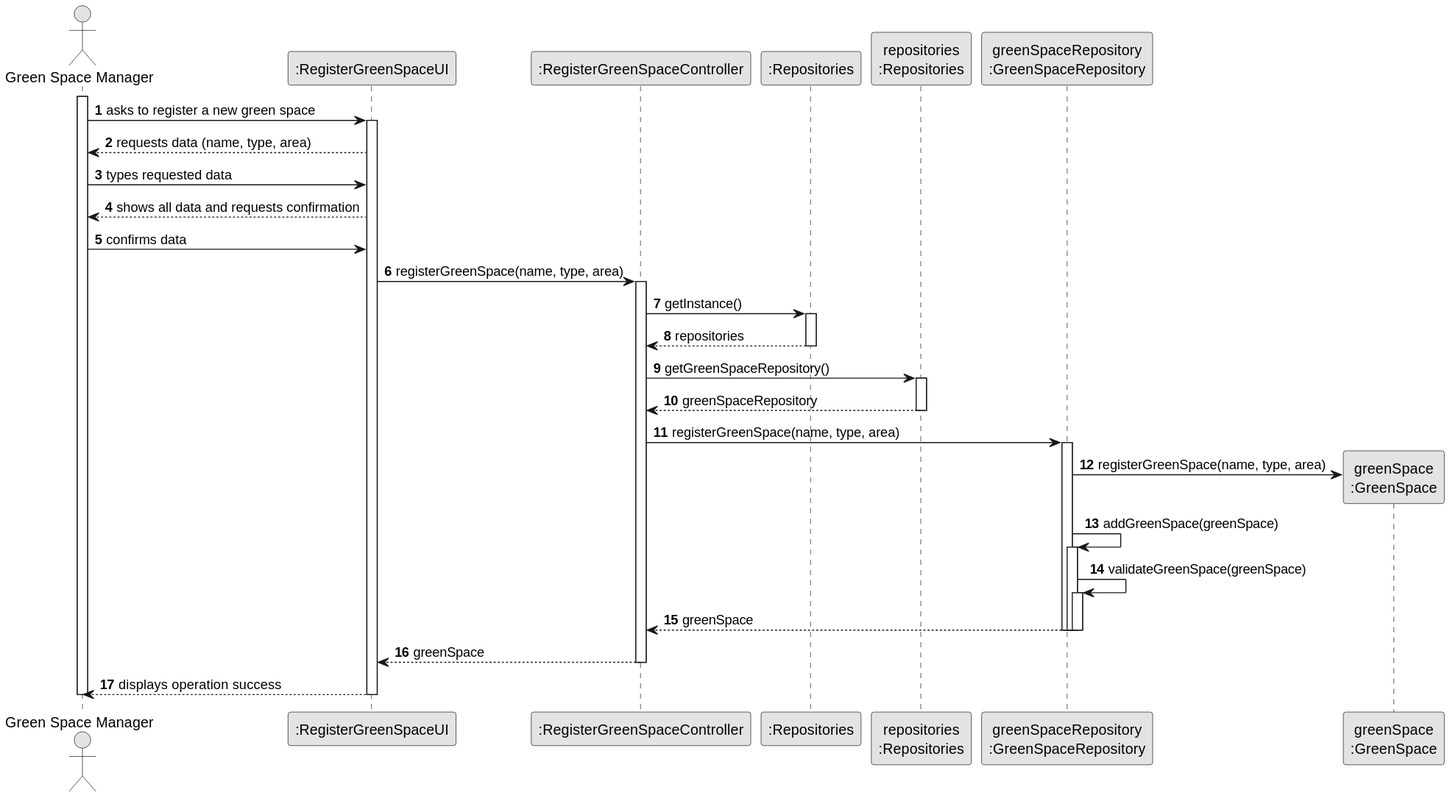
Earlier version of the PlantUML export docs/sprintC/us020/03.design/svg/us020-sequence-diagram-full.svg (diogoveirospro/lei-24-s2-1dg-g072).
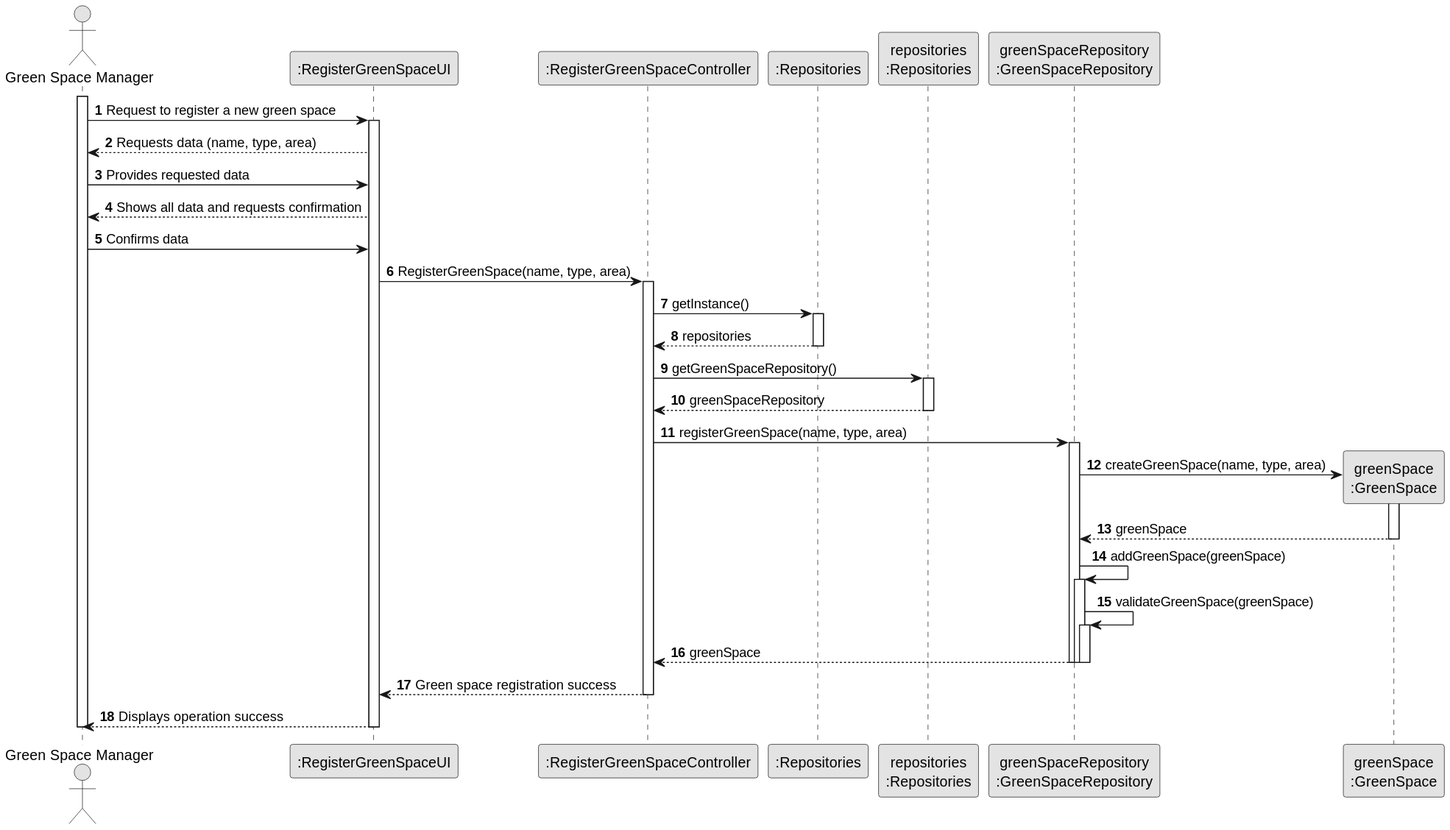
The same diagram one commit later.

Change to the diagram source:
```diff
@@ -15,19 +15,19 @@
 
 activate GSM
 
-    GSM -> UI : asks to register a new green space
+    GSM -> UI : Request to register a new green space
 
     activate UI
 
-        UI --> GSM : requests data (name, type, area)
+        UI --> GSM : Requests data (name, type, area)
 
-        GSM -> UI : types requested data
+        GSM -> UI : Provides requested data
 
-        UI --> GSM : shows all data and requests confirmation
+        UI --> GSM : Shows all data and requests confirmation
 
-        GSM -> UI : confirms data
+        GSM -> UI : Confirms data
 
-        UI -> CTRL : registerGreenSpace(name, type, area)
+        UI -> CTRL : RegisterGreenSpace(name, type, area)
         activate CTRL
 
             CTRL -> RepositorySingleton : getInstance()
@@ -45,7 +45,11 @@
             CTRL -> greenSpaceRepository : registerGreenSpace(name, type, area)
             activate greenSpaceRepository
 
-                greenSpaceRepository -> GREENSPACE**: registerGreenSpace(name, type, area)
+                greenSpaceRepository -> GREENSPACE**: createGreenSpace(name, type, area)
+                activate GREENSPACE
+                    GREENSPACE --> greenSpaceRepository : greenSpace
+                deactivate GREENSPACE
+
                 greenSpaceRepository -> greenSpaceRepository: addGreenSpace(greenSpace)
 
                 activate greenSpaceRepository
@@ -57,10 +61,10 @@
 
             deactivate greenSpaceRepository
 
-        CTRL --> UI: greenSpace
+        CTRL --> UI: Green space registration success
         deactivate CTRL
 
-        UI --> GSM: displays operation success
+        UI --> GSM: Displays operation success
     deactivate UI
 
 deactivate GSM
```
